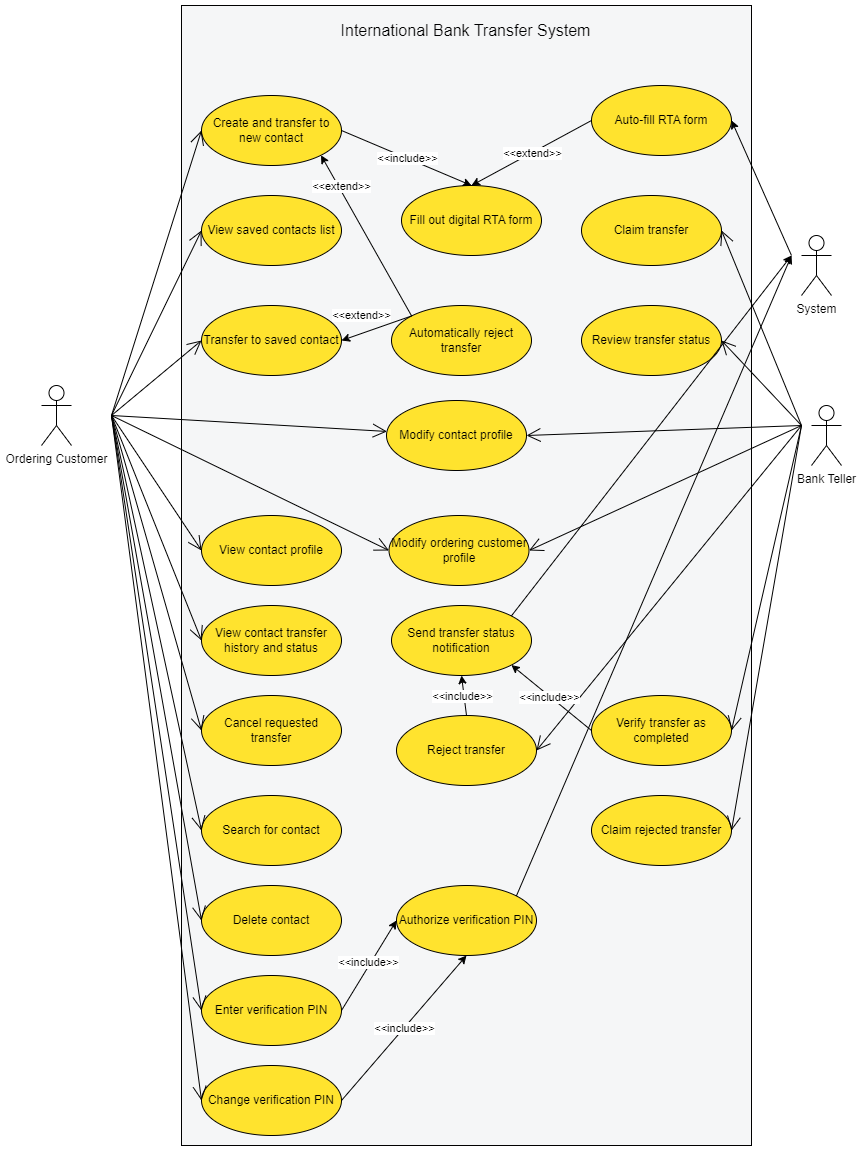
This is Final-Submissions/Requirements Document/images/PichinchaBankUseCaseDiagram.png from swoyamrajbhandari/PichinchaBank_RD, a draw.io export, as it was before one commit. Source tidied: cells renumbered, new cells last; positions are measured from the earlier drawing's top-left corner, leaving out a move shared by most shapes.
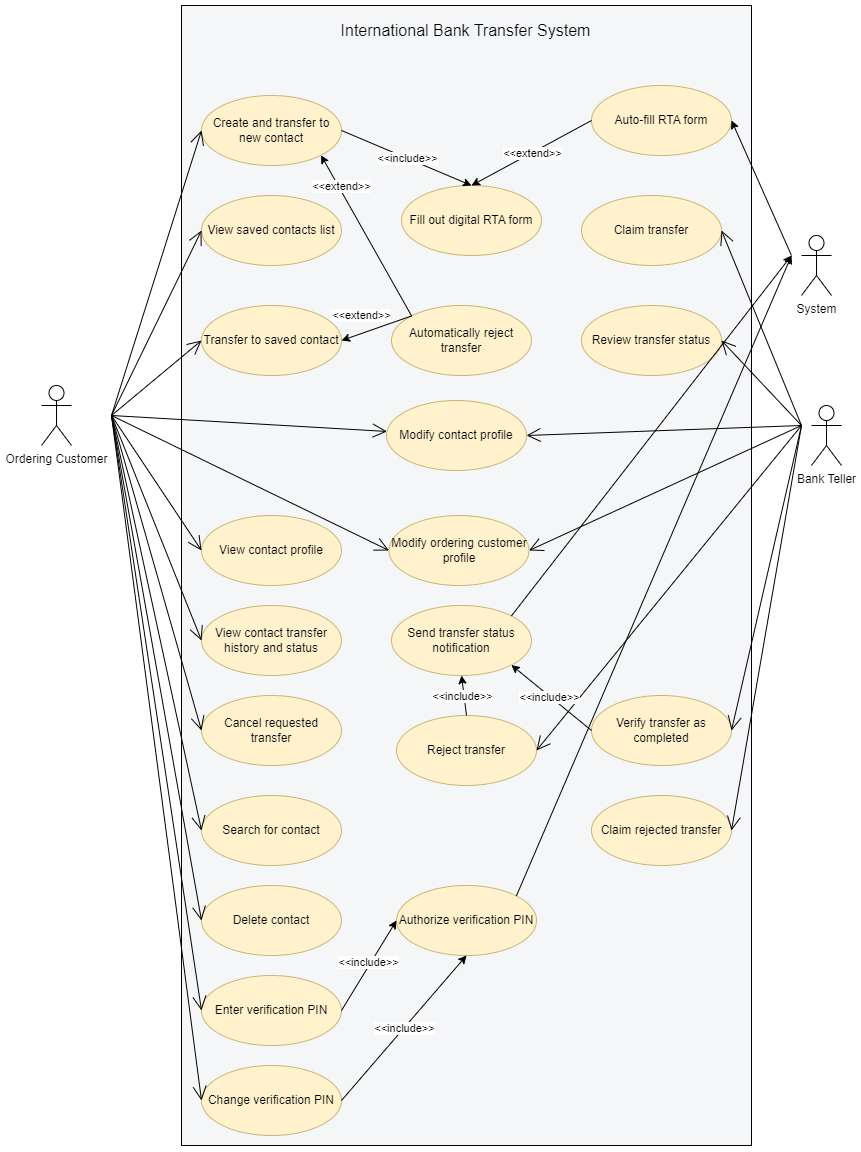
After the change.

What changed in the source:
```diff
@@ -11,73 +11,73 @@
     <mxCell id="4" value="Bank Teller" style="shape=umlActor;verticalLabelPosition=bottom;verticalAlign=top;html=1;rounded=0;labelBackgroundColor=none;" parent="1" vertex="1">
       <mxGeometry x="770" y="400" width="30" height="60" as="geometry" />
     </mxCell>
-    <mxCell id="5" value="Create and transfer to new contact" style="ellipse;whiteSpace=wrap;html=1;rounded=0;labelBackgroundColor=none;fillStyle=auto;strokeColor=default;align=center;verticalAlign=middle;fontFamily=Helvetica;fontSize=12;fontColor=default;fillColor=#ffe32e;" parent="1" vertex="1">
+    <mxCell id="5" value="Create and transfer to new contact" style="ellipse;whiteSpace=wrap;html=1;rounded=0;labelBackgroundColor=none;fillStyle=auto;strokeColor=#C9B576;align=center;verticalAlign=middle;fontFamily=Helvetica;fontSize=12;fontColor=default;fillColor=#fff2cc;" parent="1" vertex="1">
       <mxGeometry x="160" y="90" width="140" height="70" as="geometry" />
     </mxCell>
-    <mxCell id="6" value="Fill out digital RTA form" style="ellipse;whiteSpace=wrap;html=1;rounded=0;labelBackgroundColor=none;fillColor=#ffe32e;fillStyle=auto;strokeColor=default;align=center;verticalAlign=middle;fontFamily=Helvetica;fontSize=12;fontColor=default;" parent="1" vertex="1">
+    <mxCell id="6" value="Fill out digital RTA form" style="ellipse;whiteSpace=wrap;html=1;rounded=0;labelBackgroundColor=none;fillColor=#fff2cc;fillStyle=auto;strokeColor=#C9B576;align=center;verticalAlign=middle;fontFamily=Helvetica;fontSize=12;fontColor=default;" parent="1" vertex="1">
       <mxGeometry x="360" y="180" width="140" height="70" as="geometry" />
     </mxCell>
-    <mxCell id="7" value="Auto-fill RTA form" style="ellipse;whiteSpace=wrap;html=1;rounded=0;labelBackgroundColor=none;fillStyle=auto;strokeColor=default;align=center;verticalAlign=middle;fontFamily=Helvetica;fontSize=12;fontColor=default;fillColor=#ffe32e;" parent="1" vertex="1">
+    <mxCell id="7" value="Auto-fill RTA form" style="ellipse;whiteSpace=wrap;html=1;rounded=0;labelBackgroundColor=none;fillStyle=auto;strokeColor=#C9B576;align=center;verticalAlign=middle;fontFamily=Helvetica;fontSize=12;fontColor=default;fillColor=#fff2cc;" parent="1" vertex="1">
       <mxGeometry x="550" y="80" width="140" height="70" as="geometry" />
     </mxCell>
-    <mxCell id="8" value="View saved contacts list" style="ellipse;whiteSpace=wrap;html=1;rounded=0;labelBackgroundColor=none;fillStyle=auto;strokeColor=default;align=center;verticalAlign=middle;fontFamily=Helvetica;fontSize=12;fontColor=default;fillColor=#ffe32e;" parent="1" vertex="1">
+    <mxCell id="8" value="View saved contacts list" style="ellipse;whiteSpace=wrap;html=1;rounded=0;labelBackgroundColor=none;fillStyle=auto;strokeColor=#C9B576;align=center;verticalAlign=middle;fontFamily=Helvetica;fontSize=12;fontColor=default;fillColor=#fff2cc;" parent="1" vertex="1">
       <mxGeometry x="160" y="190" width="140" height="70" as="geometry" />
     </mxCell>
-    <mxCell id="9" value="Transfer to saved contact" style="ellipse;whiteSpace=wrap;html=1;rounded=0;labelBackgroundColor=none;fillStyle=auto;strokeColor=default;align=center;verticalAlign=middle;fontFamily=Helvetica;fontSize=12;fontColor=default;fillColor=#ffe32e;" parent="1" vertex="1">
+    <mxCell id="9" value="Transfer to saved contact" style="ellipse;whiteSpace=wrap;html=1;rounded=0;labelBackgroundColor=none;fillStyle=auto;strokeColor=#C9B576;align=center;verticalAlign=middle;fontFamily=Helvetica;fontSize=12;fontColor=default;fillColor=#fff2cc;" parent="1" vertex="1">
       <mxGeometry x="160" y="300" width="140" height="70" as="geometry" />
     </mxCell>
-    <mxCell id="10" value="Enter verification PIN" style="ellipse;whiteSpace=wrap;html=1;rounded=0;labelBackgroundColor=none;fillStyle=auto;strokeColor=default;align=center;verticalAlign=middle;fontFamily=Helvetica;fontSize=12;fontColor=default;fillColor=#ffe32e;" parent="1" vertex="1">
+    <mxCell id="10" value="Enter verification PIN" style="ellipse;whiteSpace=wrap;html=1;rounded=0;labelBackgroundColor=none;fillStyle=auto;strokeColor=#C9B576;align=center;verticalAlign=middle;fontFamily=Helvetica;fontSize=12;fontColor=default;fillColor=#fff2cc;" parent="1" vertex="1">
       <mxGeometry x="160" y="970" width="140" height="70" as="geometry" />
     </mxCell>
-    <mxCell id="11" value="Change verification PIN" style="ellipse;whiteSpace=wrap;html=1;rounded=0;labelBackgroundColor=none;fillStyle=auto;strokeColor=default;align=center;verticalAlign=middle;fontFamily=Helvetica;fontSize=12;fontColor=default;fillColor=#ffe32e;" parent="1" vertex="1">
+    <mxCell id="11" value="Change verification PIN" style="ellipse;whiteSpace=wrap;html=1;rounded=0;labelBackgroundColor=none;fillStyle=auto;strokeColor=#C9B576;align=center;verticalAlign=middle;fontFamily=Helvetica;fontSize=12;fontColor=default;fillColor=#fff2cc;" parent="1" vertex="1">
       <mxGeometry x="160" y="1060" width="140" height="70" as="geometry" />
     </mxCell>
-    <mxCell id="12" value="Claim transfer" style="ellipse;whiteSpace=wrap;html=1;rounded=0;labelBackgroundColor=none;fillStyle=auto;strokeColor=default;align=center;verticalAlign=middle;fontFamily=Helvetica;fontSize=12;fontColor=default;fillColor=#ffe32e;" parent="1" vertex="1">
+    <mxCell id="12" value="Claim transfer" style="ellipse;whiteSpace=wrap;html=1;rounded=0;labelBackgroundColor=none;fillStyle=auto;strokeColor=#C9B576;align=center;verticalAlign=middle;fontFamily=Helvetica;fontSize=12;fontColor=default;fillColor=#fff2cc;" parent="1" vertex="1">
       <mxGeometry x="540" y="190" width="140" height="70" as="geometry" />
     </mxCell>
-    <mxCell id="13" value="Verify transfer as completed" style="ellipse;whiteSpace=wrap;html=1;rounded=0;labelBackgroundColor=none;fillStyle=auto;strokeColor=default;align=center;verticalAlign=middle;fontFamily=Helvetica;fontSize=12;fontColor=default;fillColor=#ffe32e;" parent="1" vertex="1">
+    <mxCell id="13" value="Verify transfer as completed" style="ellipse;whiteSpace=wrap;html=1;rounded=0;labelBackgroundColor=none;fillStyle=auto;strokeColor=#C9B576;align=center;verticalAlign=middle;fontFamily=Helvetica;fontSize=12;fontColor=default;fillColor=#fff2cc;" parent="1" vertex="1">
       <mxGeometry x="550" y="690" width="140" height="70" as="geometry" />
     </mxCell>
-    <mxCell id="14" value="Reject transfer" style="ellipse;whiteSpace=wrap;html=1;rounded=0;labelBackgroundColor=none;fillStyle=auto;strokeColor=default;align=center;verticalAlign=middle;fontFamily=Helvetica;fontSize=12;fontColor=default;fillColor=#ffe32e;" parent="1" vertex="1">
+    <mxCell id="14" value="Reject transfer" style="ellipse;whiteSpace=wrap;html=1;rounded=0;labelBackgroundColor=none;fillStyle=auto;strokeColor=#C9B576;align=center;verticalAlign=middle;fontFamily=Helvetica;fontSize=12;fontColor=default;fillColor=#fff2cc;" parent="1" vertex="1">
       <mxGeometry x="355" y="710" width="140" height="70" as="geometry" />
     </mxCell>
-    <mxCell id="15" value="Authorize verification PIN" style="ellipse;whiteSpace=wrap;html=1;rounded=0;labelBackgroundColor=none;fillStyle=auto;strokeColor=default;align=center;verticalAlign=middle;fontFamily=Helvetica;fontSize=12;fontColor=default;fillColor=#ffe32e;" parent="1" vertex="1">
+    <mxCell id="15" value="Authorize verification PIN" style="ellipse;whiteSpace=wrap;html=1;rounded=0;labelBackgroundColor=none;fillStyle=auto;strokeColor=#C9B576;align=center;verticalAlign=middle;fontFamily=Helvetica;fontSize=12;fontColor=default;fillColor=#fff2cc;" parent="1" vertex="1">
       <mxGeometry x="355" y="880" width="140" height="70" as="geometry" />
     </mxCell>
-    <mxCell id="16" value="Send transfer status notification" style="ellipse;whiteSpace=wrap;html=1;rounded=0;labelBackgroundColor=none;fillStyle=auto;strokeColor=default;align=center;verticalAlign=middle;fontFamily=Helvetica;fontSize=12;fontColor=default;fillColor=#ffe32e;" parent="1" vertex="1">
+    <mxCell id="16" value="Send transfer status notification" style="ellipse;whiteSpace=wrap;html=1;rounded=0;labelBackgroundColor=none;fillStyle=auto;strokeColor=#C9B576;align=center;verticalAlign=middle;fontFamily=Helvetica;fontSize=12;fontColor=default;fillColor=#fff2cc;" parent="1" vertex="1">
       <mxGeometry x="350" y="600" width="140" height="70" as="geometry" />
     </mxCell>
     <mxCell id="17" value="&lt;font style=&quot;font-size: 16px;&quot;&gt;International Bank Transfer System&lt;/font&gt;" style="text;html=1;align=center;verticalAlign=middle;whiteSpace=wrap;rounded=0;labelBackgroundColor=none;" parent="1" vertex="1">
       <mxGeometry x="289.4" y="10" width="271.2" height="30" as="geometry" />
     </mxCell>
-    <mxCell id="18" value="Claim rejected transfer" style="ellipse;whiteSpace=wrap;html=1;rounded=0;labelBackgroundColor=none;fillStyle=auto;strokeColor=default;align=center;verticalAlign=middle;fontFamily=Helvetica;fontSize=12;fontColor=default;fillColor=#ffe32e;" parent="1" vertex="1">
+    <mxCell id="18" value="Claim rejected transfer" style="ellipse;whiteSpace=wrap;html=1;rounded=0;labelBackgroundColor=none;fillStyle=auto;strokeColor=#C9B576;align=center;verticalAlign=middle;fontFamily=Helvetica;fontSize=12;fontColor=default;fillColor=#fff2cc;" parent="1" vertex="1">
       <mxGeometry x="550" y="790" width="140" height="70" as="geometry" />
     </mxCell>
-    <mxCell id="19" value="Review transfer status" style="ellipse;whiteSpace=wrap;html=1;rounded=0;labelBackgroundColor=none;fillStyle=auto;strokeColor=default;align=center;verticalAlign=middle;fontFamily=Helvetica;fontSize=12;fontColor=default;fillColor=#ffe32e;" parent="1" vertex="1">
+    <mxCell id="19" value="Review transfer status" style="ellipse;whiteSpace=wrap;html=1;rounded=0;labelBackgroundColor=none;fillStyle=auto;strokeColor=#C9B576;align=center;verticalAlign=middle;fontFamily=Helvetica;fontSize=12;fontColor=default;fillColor=#fff2cc;" parent="1" vertex="1">
       <mxGeometry x="540" y="300" width="140" height="70" as="geometry" />
     </mxCell>
-    <mxCell id="20" value="Search for contact" style="ellipse;whiteSpace=wrap;html=1;rounded=0;labelBackgroundColor=none;fillStyle=auto;strokeColor=default;align=center;verticalAlign=middle;fontFamily=Helvetica;fontSize=12;fontColor=default;fillColor=#ffe32e;" parent="1" vertex="1">
+    <mxCell id="20" value="Search for contact" style="ellipse;whiteSpace=wrap;html=1;rounded=0;labelBackgroundColor=none;fillStyle=auto;strokeColor=#C9B576;align=center;verticalAlign=middle;fontFamily=Helvetica;fontSize=12;fontColor=default;fillColor=#fff2cc;" parent="1" vertex="1">
       <mxGeometry x="160" y="790" width="140" height="70" as="geometry" />
     </mxCell>
-    <mxCell id="21" value="View contact profile" style="ellipse;whiteSpace=wrap;html=1;rounded=0;labelBackgroundColor=none;fillStyle=auto;strokeColor=default;align=center;verticalAlign=middle;fontFamily=Helvetica;fontSize=12;fontColor=default;fillColor=#ffe32e;" parent="1" vertex="1">
+    <mxCell id="21" value="View contact profile" style="ellipse;whiteSpace=wrap;html=1;rounded=0;labelBackgroundColor=none;fillStyle=auto;strokeColor=#C9B576;align=center;verticalAlign=middle;fontFamily=Helvetica;fontSize=12;fontColor=default;fillColor=#fff2cc;" parent="1" vertex="1">
       <mxGeometry x="160" y="510" width="140" height="70" as="geometry" />
     </mxCell>
-    <mxCell id="22" value="Modify contact profile" style="ellipse;whiteSpace=wrap;html=1;rounded=0;labelBackgroundColor=none;fillStyle=auto;strokeColor=default;align=center;verticalAlign=middle;fontFamily=Helvetica;fontSize=12;fontColor=default;fillColor=#ffe32e;" parent="1" vertex="1">
+    <mxCell id="22" value="Modify contact profile" style="ellipse;whiteSpace=wrap;html=1;rounded=0;labelBackgroundColor=none;fillStyle=auto;strokeColor=#C9B576;align=center;verticalAlign=middle;fontFamily=Helvetica;fontSize=12;fontColor=default;fillColor=#fff2cc;" parent="1" vertex="1">
       <mxGeometry x="345" y="395" width="140" height="70" as="geometry" />
     </mxCell>
-    <mxCell id="23" value="Delete contact" style="ellipse;whiteSpace=wrap;html=1;rounded=0;labelBackgroundColor=none;fillStyle=auto;strokeColor=default;align=center;verticalAlign=middle;fontFamily=Helvetica;fontSize=12;fontColor=default;fillColor=#ffe32e;" parent="1" vertex="1">
+    <mxCell id="23" value="Delete contact" style="ellipse;whiteSpace=wrap;html=1;rounded=0;labelBackgroundColor=none;fillStyle=auto;strokeColor=#C9B576;align=center;verticalAlign=middle;fontFamily=Helvetica;fontSize=12;fontColor=default;fillColor=#fff2cc;" parent="1" vertex="1">
       <mxGeometry x="160" y="880" width="140" height="70" as="geometry" />
     </mxCell>
-    <mxCell id="24" value="View contact transfer history and status" style="ellipse;whiteSpace=wrap;html=1;rounded=0;labelBackgroundColor=none;fillStyle=auto;strokeColor=default;align=center;verticalAlign=middle;fontFamily=Helvetica;fontSize=12;fontColor=default;fillColor=#ffe32e;" parent="1" vertex="1">
+    <mxCell id="24" value="View contact transfer history and status" style="ellipse;whiteSpace=wrap;html=1;rounded=0;labelBackgroundColor=none;fillStyle=auto;strokeColor=#C9B576;align=center;verticalAlign=middle;fontFamily=Helvetica;fontSize=12;fontColor=default;fillColor=#fff2cc;" parent="1" vertex="1">
       <mxGeometry x="160" y="600" width="140" height="70" as="geometry" />
     </mxCell>
-    <mxCell id="25" value="Cancel requested transfer" style="ellipse;whiteSpace=wrap;html=1;rounded=0;labelBackgroundColor=none;fillStyle=auto;strokeColor=default;align=center;verticalAlign=middle;fontFamily=Helvetica;fontSize=12;fontColor=default;fillColor=#ffe32e;" parent="1" vertex="1">
+    <mxCell id="25" value="Cancel requested transfer" style="ellipse;whiteSpace=wrap;html=1;rounded=0;labelBackgroundColor=none;fillStyle=auto;strokeColor=#C9B576;align=center;verticalAlign=middle;fontFamily=Helvetica;fontSize=12;fontColor=default;fillColor=#fff2cc;" parent="1" vertex="1">
       <mxGeometry x="160" y="690" width="140" height="70" as="geometry" />
     </mxCell>
-    <mxCell id="26" value="Automatically reject transfer" style="ellipse;whiteSpace=wrap;html=1;rounded=0;labelBackgroundColor=none;fillStyle=auto;strokeColor=default;align=center;verticalAlign=middle;fontFamily=Helvetica;fontSize=12;fontColor=default;fillColor=#ffe32e;" parent="1" vertex="1">
+    <mxCell id="26" value="Automatically reject transfer" style="ellipse;whiteSpace=wrap;html=1;rounded=0;labelBackgroundColor=none;fillStyle=auto;strokeColor=#C9B576;align=center;verticalAlign=middle;fontFamily=Helvetica;fontSize=12;fontColor=default;fillColor=#fff2cc;" parent="1" vertex="1">
       <mxGeometry x="350" y="300" width="140" height="70" as="geometry" />
     </mxCell>
-    <mxCell id="27" value="Modify ordering customer profile" style="ellipse;whiteSpace=wrap;html=1;rounded=0;labelBackgroundColor=none;fillStyle=auto;strokeColor=default;align=center;verticalAlign=middle;fontFamily=Helvetica;fontSize=12;fontColor=default;fillColor=#ffe32e;" parent="1" vertex="1">
+    <mxCell id="27" value="Modify ordering customer profile" style="ellipse;whiteSpace=wrap;html=1;rounded=0;labelBackgroundColor=none;fillStyle=auto;strokeColor=#C9B576;align=center;verticalAlign=middle;fontFamily=Helvetica;fontSize=12;fontColor=default;fillColor=#fff2cc;" parent="1" vertex="1">
       <mxGeometry x="347.5" y="510" width="140" height="70" as="geometry" />
     </mxCell>
     <mxCell id="28" style="endArrow=open;endFill=1;endSize=12;html=1;rounded=0;entryX=0;entryY=0.5;entryDx=0;entryDy=0;labelBackgroundColor=none;fontColor=default;" parent="1" edge="1" target="5">
```
